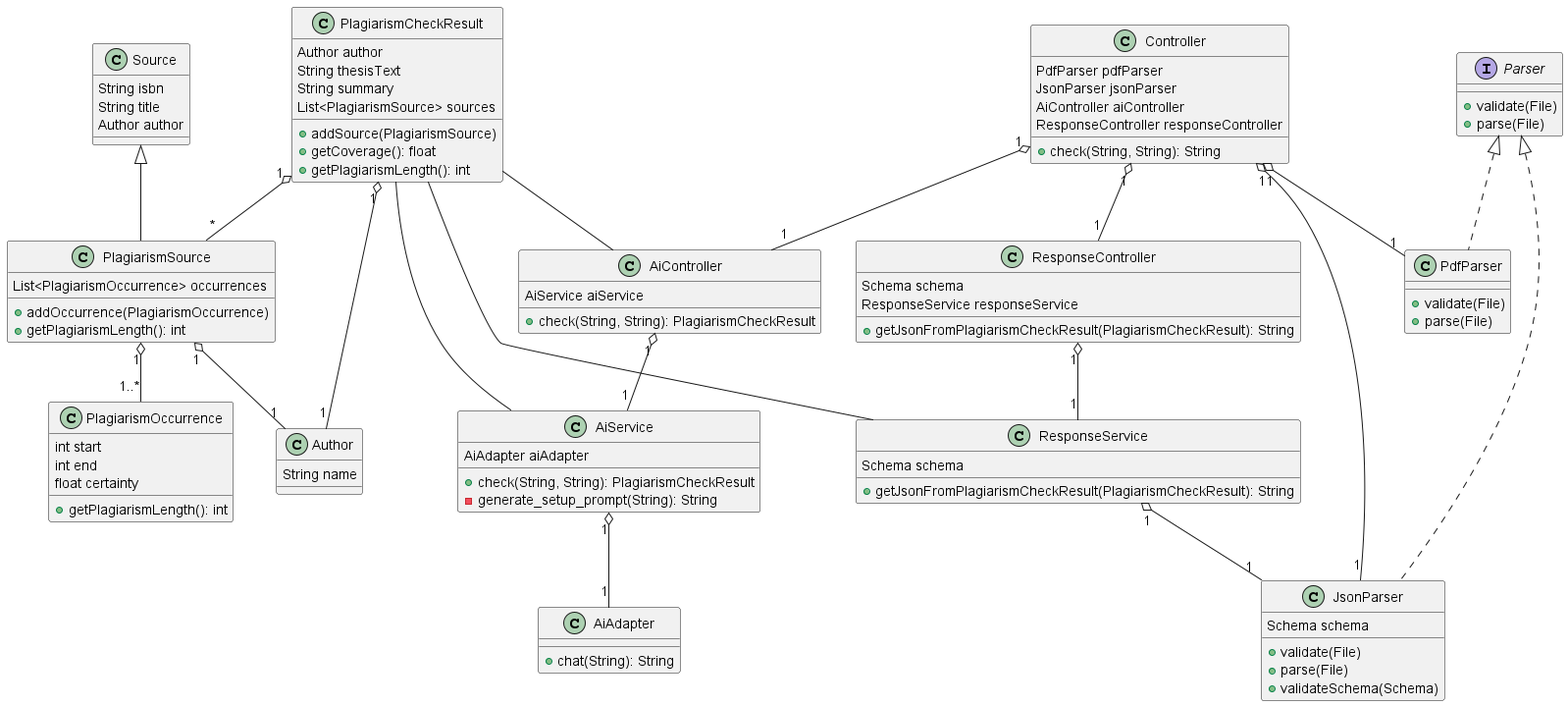
Above: images/diagrams/Klassendiagramm.png in DHBW-FN/ti21-sweng2 (PlantUML), before the change.
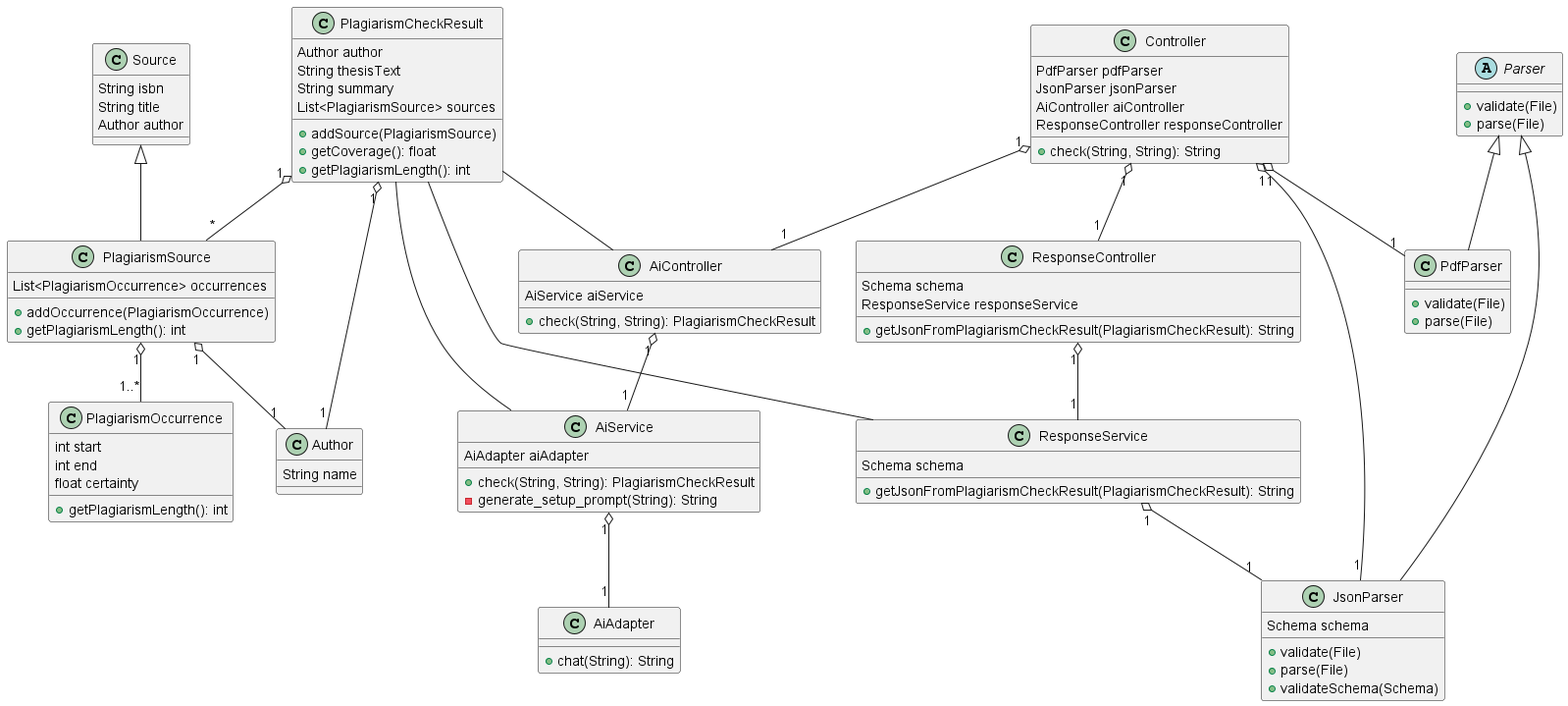
The same diagram one commit later.

Commit message:
fix(klassendiagramm): grammar

The edit, as a diff of the source:
```diff
@@ -32,17 +32,17 @@
     Author author
 }
 
-interface Parser {
+abstract class Parser {
     +validate(File)
     +parse(File)
 }
 
-class PdfParser implements Parser {
+class PdfParser extends Parser {
     +validate(File)
     +parse(File)
 }
 
-class JsonParser implements Parser {
+class JsonParser extends Parser {
     Schema schema
     +validate(File)
     +parse(File)
```
